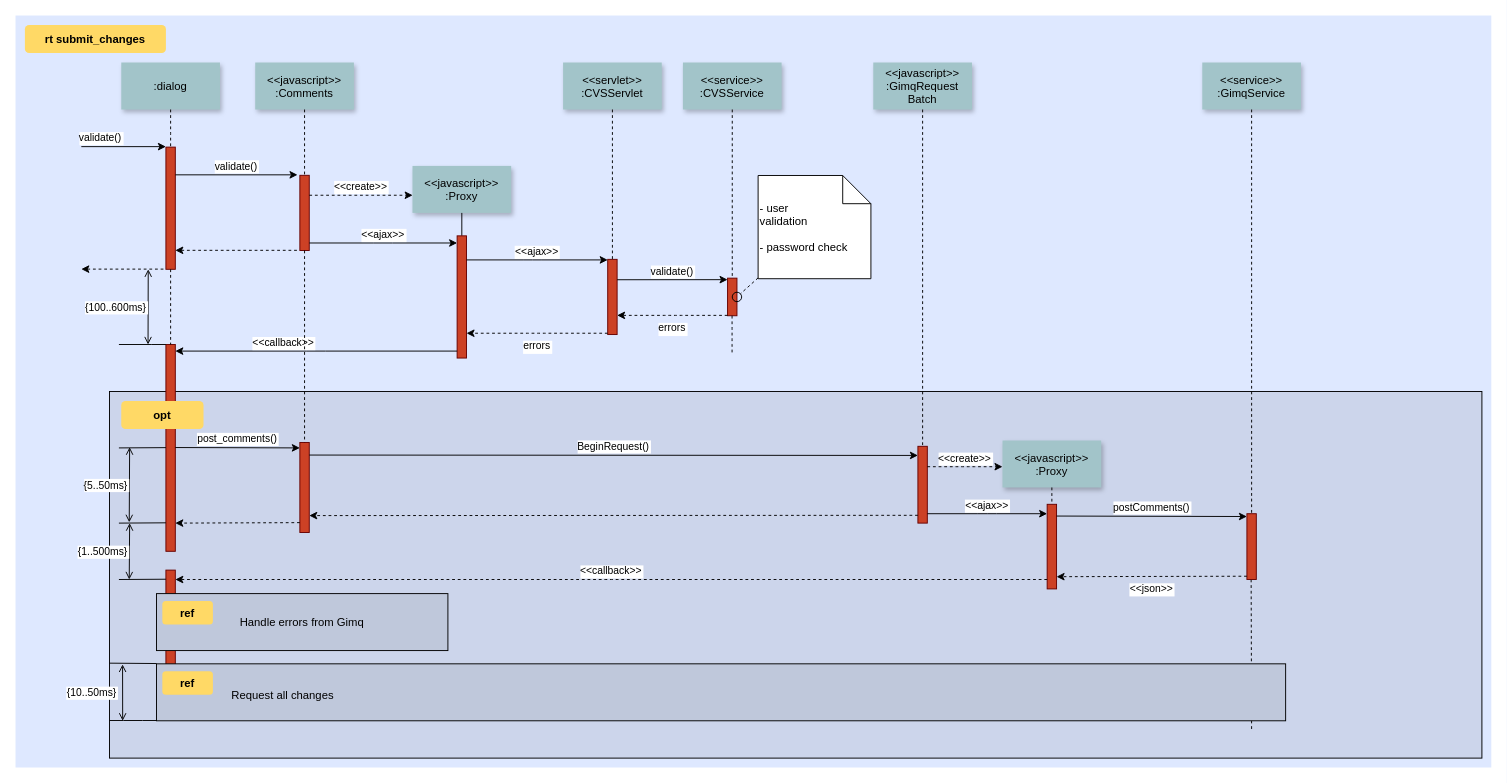
Above: Untitled Diagram.drawio in pulidoenator/test_repository (draw.io), before the change. Source tidied: cells renumbered, new cells numbered last; positions are measured from the earlier drawing's top-left corner, leaving out a move shared by most shapes. Both pictures are drawn from the tidied source at 94%, with x=0, y=0 at pixel (15, 15).
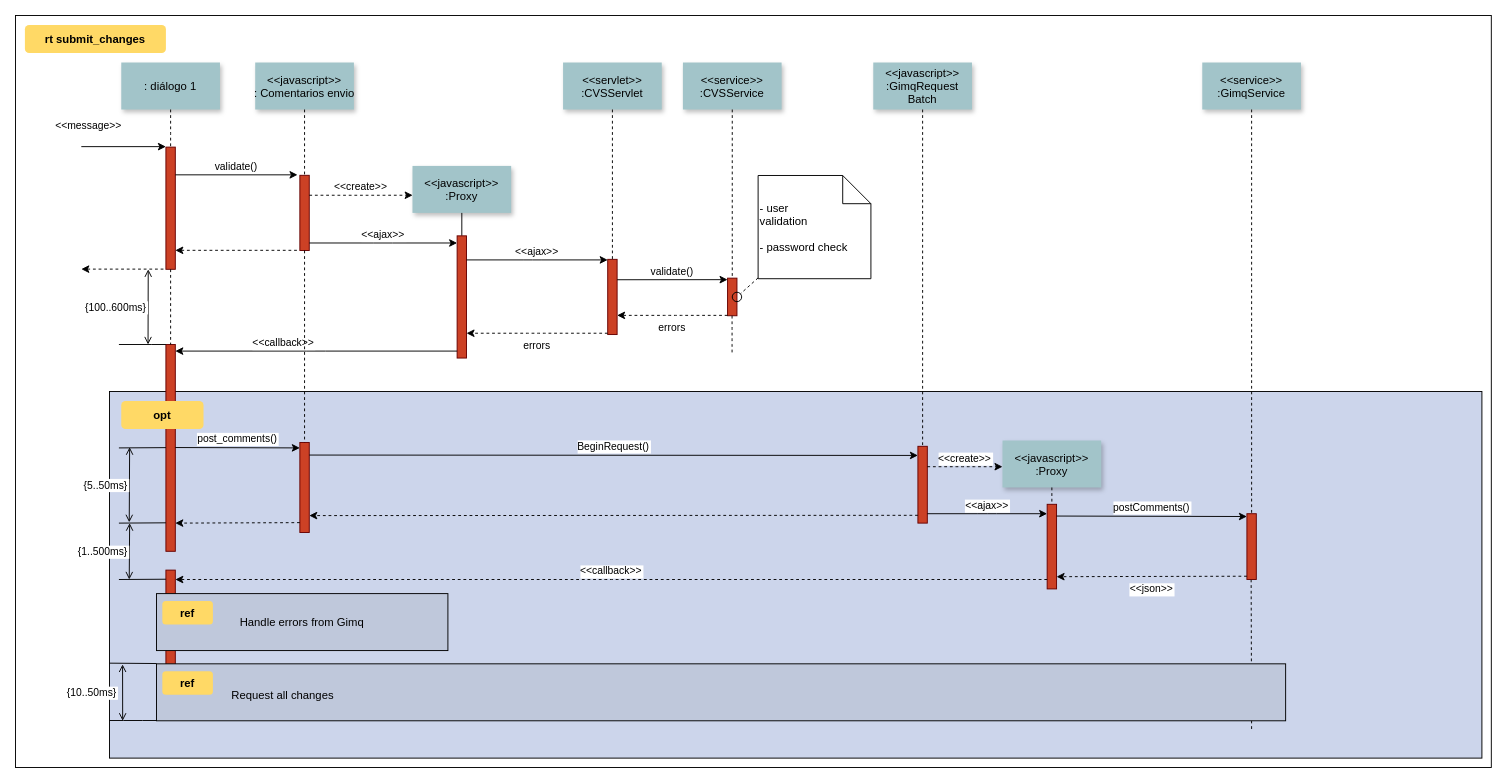
The same page after the edit.

The edit, as a diff of the source:
```diff
@@
-    <mxCell id="2" style="fillColor=#DEE8FF;strokeColor=none;" parent="1" vertex="1">
+    <mxCell id="2" parent="1" vertex="1">
       <mxGeometry width="1570" height="800" as="geometry" />
     </mxCell>
@@
-    <mxCell id="6" value="validate()" style="edgeStyle=none;verticalLabelPosition=top;verticalAlign=bottom;labelPosition=left;align=right;" parent="1" edge="1">
+    <mxCell id="6" value="&lt;&lt;message&gt;&gt;&#10;" style="edgeStyle=none;verticalLabelPosition=top;verticalAlign=bottom;labelPosition=left;align=right;" parent="1" edge="1">
       <mxGeometry x="110" y="49.5" as="geometry">
         <mxPoint x="70" y="139.5" as="sourcePoint" />
         <mxPoint x="160" y="139.5" as="targetPoint" />
       </mxGeometry>
     </mxCell>
-    <mxCell id="7" value=":dialog" style="shadow=1;fillColor=#A2C4C9;strokeColor=none;" parent="1" vertex="1">
+    <mxCell id="7" value=": diálogo 1" style="shadow=1;fillColor=#A2C4C9;strokeColor=none;" parent="1" vertex="1">
       <mxGeometry x="112.5" y="50" width="105" height="50" as="geometry" />
     </mxCell>
@@
-    <mxCell id="9" value="&lt;&lt;javascript&gt;&gt;&#10;:Comments" style="shadow=1;fillColor=#A2C4C9;strokeColor=none;" parent="1" vertex="1">
+    <mxCell id="9" value="&lt;&lt;javascript&gt;&gt; &#10;: Comentarios envio" style="shadow=1;fillColor=#A2C4C9;strokeColor=none;" parent="1" vertex="1">
       <mxGeometry x="255" y="50" width="105" height="50" as="geometry" />
     </mxCell>
```
